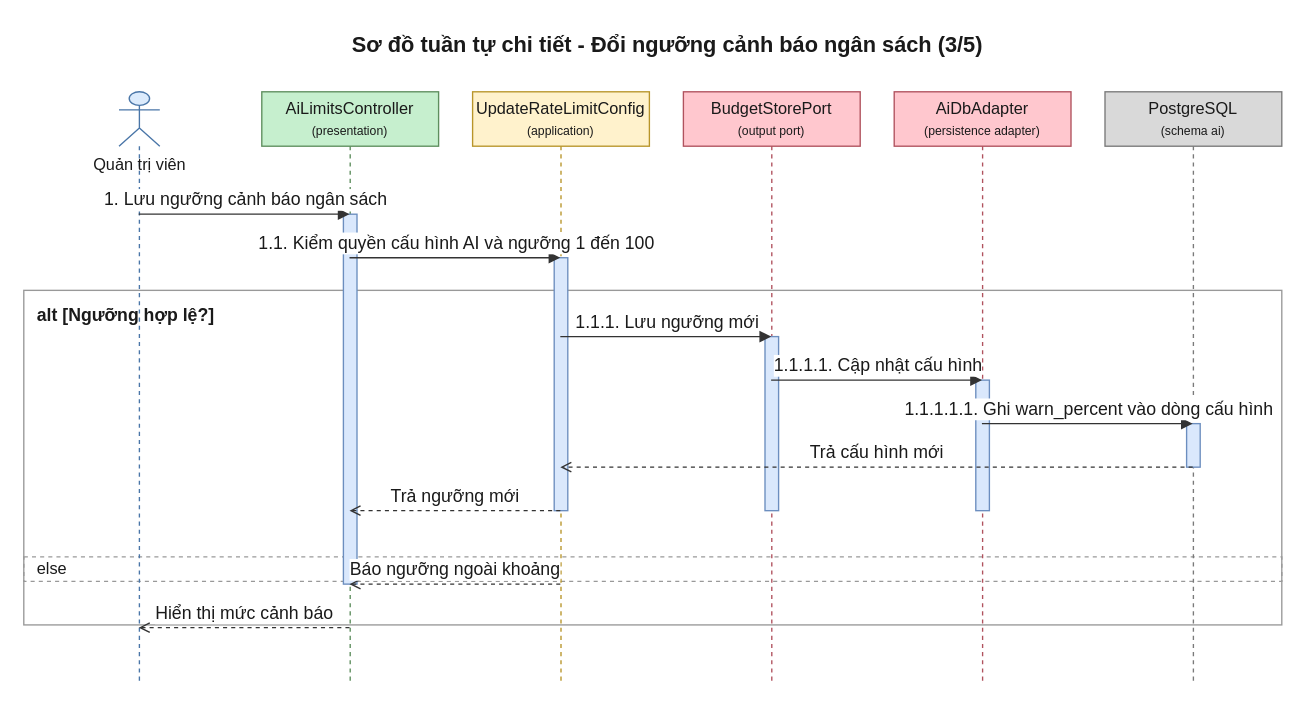
The draw.io diagram 08-diagram/sequence/admin/sequence_admin_dat_han_muc_va_gioi_han_ai_p3.drawio in daiphu1801/PRJ_ALGOPREP, before the edit. Source tidied: cells renumbered, new cells numbered last; positions are measured from the earlier drawing's top-left corner, leaving out a move shared by most shapes. Both pictures are drawn from the tidied source at 136%, with x=0, y=0 at pixel (23, 23).
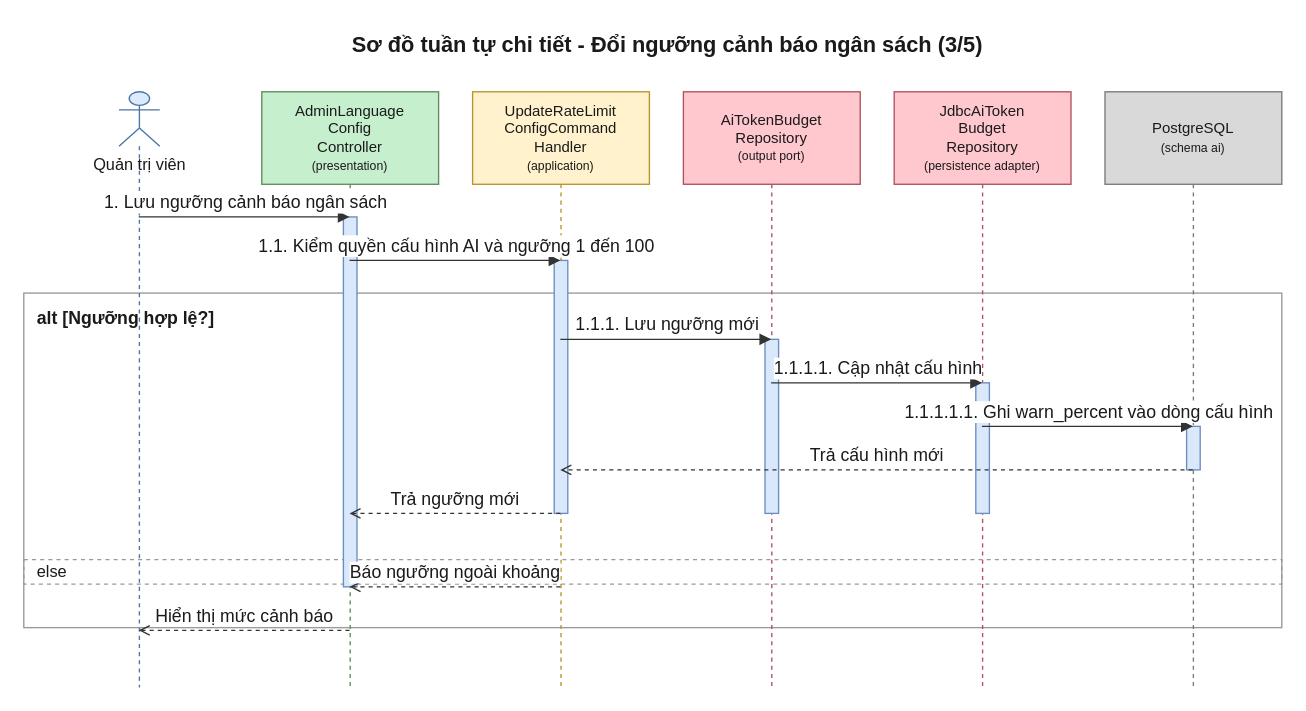
After the change.

Change to the diagram source:
```diff
@@
     <mxCell id="3" value="alt [Ngưỡng hợp lệ?]" style="algoprep=alt;rounded=0;whiteSpace=wrap;html=1;fillColor=none;strokeColor=#999999;verticalAlign=top;align=left;spacingLeft=8;spacingTop=4;fontColor=#1A1A1A;fontSize=13;fontStyle=1;dashed=0;" parent="1" vertex="1">
-      <mxGeometry y="196" width="925" height="246" as="geometry" />
+      <mxGeometry y="198" width="925" height="246" as="geometry" />
     </mxCell>
     <mxCell id="4" value="else" style="text;html=1;dashed=1;strokeColor=#999999;fillColor=none;align=left;verticalAlign=middle;spacingLeft=8;fontColor=#1A1A1A;fontSize=12;" parent="1" vertex="1">
-      <mxGeometry y="392" width="925" height="18" as="geometry" />
+      <mxGeometry y="394" width="925" height="18" as="geometry" />
     </mxCell>
     <mxCell id="5" value="Quản trị viên" style="shape=umlLifeline;participant=umlActor;perimeter=lifelinePerimeter;html=1;outlineConnect=0;size=40;verticalAlign=top;spacingTop=40;fillColor=#DCEBFC;strokeColor=#4A76A8;fontColor=#1A1A1A;" parent="1" vertex="1">
-      <mxGeometry x="70" y="50" width="30" height="436" as="geometry" />
+      <mxGeometry x="70" y="50" width="30" height="438" as="geometry" />
     </mxCell>
-    <mxCell id="6" value="AiLimitsController&lt;br&gt;&lt;font style=&quot;font-size:9px&quot;&gt;(presentation)&lt;/font&gt;" style="shape=umlLifeline;perimeter=lifelinePerimeter;whiteSpace=wrap;html=1;outlineConnect=0;size=40;fillColor=#C6EFCE;strokeColor=#5E8E5E;fontColor=#1A1A1A;" parent="1" vertex="1">
-      <mxGeometry x="175" y="50" width="130" height="436" as="geometry" />
+    <mxCell id="6" value="AdminLanguage&lt;br&gt;Config&lt;br&gt;Controller&lt;br&gt;&lt;font style=&quot;font-size:9px&quot;&gt;(presentation)&lt;/font&gt;" style="shape=umlLifeline;perimeter=lifelinePerimeter;whiteSpace=wrap;html=1;outlineConnect=0;size=68;fontSize=11;fillColor=#C6EFCE;strokeColor=#5E8E5E;fontColor=#1A1A1A;" parent="1" vertex="1">
+      <mxGeometry x="175" y="50" width="130" height="438" as="geometry" />
     </mxCell>
-    <mxCell id="7" value="UpdateRateLimitConfig&lt;br&gt;&lt;font style=&quot;font-size:9px&quot;&gt;(application)&lt;/font&gt;" style="shape=umlLifeline;perimeter=lifelinePerimeter;whiteSpace=wrap;html=1;outlineConnect=0;size=40;fillColor=#FFF2CC;strokeColor=#B8952A;fontColor=#1A1A1A;" parent="1" vertex="1">
-      <mxGeometry x="330" y="50" width="130" height="436" as="geometry" />
+    <mxCell id="7" value="UpdateRateLimit&lt;br&gt;ConfigCommand&lt;br&gt;Handler&lt;br&gt;&lt;font style=&quot;font-size:9px&quot;&gt;(application)&lt;/font&gt;" style="shape=umlLifeline;perimeter=lifelinePerimeter;whiteSpace=wrap;html=1;outlineConnect=0;size=68;fontSize=11;fillColor=#FFF2CC;strokeColor=#B8952A;fontColor=#1A1A1A;" parent="1" vertex="1">
+      <mxGeometry x="330" y="50" width="130" height="438" as="geometry" />
     </mxCell>
-    <mxCell id="8" value="BudgetStorePort&lt;br&gt;&lt;font style=&quot;font-size:9px&quot;&gt;(output port)&lt;/font&gt;" style="shape=umlLifeline;perimeter=lifelinePerimeter;whiteSpace=wrap;html=1;outlineConnect=0;size=40;fillColor=#FFC7CE;strokeColor=#B0525E;fontColor=#1A1A1A;" parent="1" vertex="1">
-      <mxGeometry x="485" y="50" width="130" height="436" as="geometry" />
+    <mxCell id="8" value="AiTokenBudget&lt;br&gt;Repository&lt;br&gt;&lt;font style=&quot;font-size:9px&quot;&gt;(output port)&lt;/font&gt;" style="shape=umlLifeline;perimeter=lifelinePerimeter;whiteSpace=wrap;html=1;outlineConnect=0;size=68;fontSize=11;fillColor=#FFC7CE;strokeColor=#B0525E;fontColor=#1A1A1A;" parent="1" vertex="1">
+      <mxGeometry x="485" y="50" width="130" height="438" as="geometry" />
     </mxCell>
-    <mxCell id="9" value="AiDbAdapter&lt;br&gt;&lt;font style=&quot;font-size:9px&quot;&gt;(persistence adapter)&lt;/font&gt;" style="shape=umlLifeline;perimeter=lifelinePerimeter;whiteSpace=wrap;html=1;outlineConnect=0;size=40;fillColor=#FFC7CE;strokeColor=#B0525E;fontColor=#1A1A1A;" parent="1" vertex="1">
-      <mxGeometry x="640" y="50" width="130" height="436" as="geometry" />
+    <mxCell id="9" value="JdbcAiToken&lt;br&gt;Budget&lt;br&gt;Repository&lt;br&gt;&lt;font style=&quot;font-size:9px&quot;&gt;(persistence adapter)&lt;/font&gt;" style="shape=umlLifeline;perimeter=lifelinePerimeter;whiteSpace=wrap;html=1;outlineConnect=0;size=68;fontSize=11;fillColor=#FFC7CE;strokeColor=#B0525E;fontColor=#1A1A1A;" parent="1" vertex="1">
+      <mxGeometry x="640" y="50" width="130" height="438" as="geometry" />
     </mxCell>
-    <mxCell id="10" value="PostgreSQL&lt;br&gt;&lt;font style=&quot;font-size:9px&quot;&gt;(schema ai)&lt;/font&gt;" style="shape=umlLifeline;perimeter=lifelinePerimeter;whiteSpace=wrap;html=1;outlineConnect=0;size=40;fillColor=#D9D9D9;strokeColor=#7A7A7A;fontColor=#1A1A1A;" parent="1" vertex="1">
-      <mxGeometry x="795" y="50" width="130" height="436" as="geometry" />
+    <mxCell id="10" value="PostgreSQL&lt;br&gt;&lt;font style=&quot;font-size:9px&quot;&gt;(schema ai)&lt;/font&gt;" style="shape=umlLifeline;perimeter=lifelinePerimeter;whiteSpace=wrap;html=1;outlineConnect=0;size=68;fontSize=11;fillColor=#D9D9D9;strokeColor=#7A7A7A;fontColor=#1A1A1A;" parent="1" vertex="1">
+      <mxGeometry x="795" y="50" width="130" height="438" as="geometry" />
     </mxCell>
     <mxCell id="11" style="html=1;perimeter=orthogonalPerimeter;targetShapes=umlLifeline;fillColor=#DAE8FC;strokeColor=#6C8EBF;" parent="10" vertex="1">
-      <mxGeometry x="60" y="244" width="10" height="32" as="geometry" />
+      <mxGeometry x="60" y="246" width="10" height="32" as="geometry" />
     </mxCell>
     <mxCell id="12" style="html=1;perimeter=orthogonalPerimeter;targetShapes=umlLifeline;fillColor=#DAE8FC;strokeColor=#6C8EBF;" parent="9" vertex="1">
-      <mxGeometry x="60" y="212" width="10" height="96" as="geometry" />
+      <mxGeometry x="60" y="214" width="10" height="96" as="geometry" />
     </mxCell>
     <mxCell id="13" style="html=1;perimeter=orthogonalPerimeter;targetShapes=umlLifeline;fillColor=#DAE8FC;strokeColor=#6C8EBF;" parent="8" vertex="1">
-      <mxGeometry x="60" y="180" width="10" height="128" as="geometry" />
+      <mxGeometry x="60" y="182" width="10" height="128" as="geometry" />
     </mxCell>
     <mxCell id="14" style="html=1;perimeter=orthogonalPerimeter;targetShapes=umlLifeline;fillColor=#DAE8FC;strokeColor=#6C8EBF;" parent="7" vertex="1">
-      <mxGeometry x="60" y="122" width="10" height="186" as="geometry" />
+      <mxGeometry x="60" y="124" width="10" height="186" as="geometry" />
     </mxCell>
     <mxCell id="15" style="html=1;perimeter=orthogonalPerimeter;targetShapes=umlLifeline;fillColor=#DAE8FC;strokeColor=#6C8EBF;" parent="6" vertex="1">
-      <mxGeometry x="60" y="90" width="10" height="272" as="geometry" />
+      <mxGeometry x="60" y="92" width="10" height="272" as="geometry" />
     </mxCell>
-    <mxCell id="16" value="1. Lưu ngưỡng cảnh báo ngân sách" style="edgeStyle=none;html=1;endArrow=block;endFill=1;strokeColor=#333333;fontColor=#1A1A1A;fontSize=13;verticalAlign=bottom;exitX=0.5;exitY=0.2064;exitDx=0;exitDy=0;entryX=0.5;entryY=0.2064;entryDx=0;entryDy=0;" parent="1" edge="1" source="5" target="6">
+    <mxCell id="16" value="1. Lưu ngưỡng cảnh báo ngân sách" style="edgeStyle=none;html=1;endArrow=block;endFill=1;strokeColor=#333333;fontColor=#1A1A1A;fontSize=13;verticalAlign=bottom;exitX=0.5;exitY=0.2100;exitDx=0;exitDy=0;entryX=0.5;entryY=0.2100;entryDx=0;entryDy=0;" parent="1" edge="1" source="5" target="6">
       <mxGeometry relative="1" as="geometry" />
     </mxCell>
-    <mxCell id="17" value="1.1. Kiểm quyền cấu hình AI và ngưỡng 1 đến 100" style="edgeStyle=none;html=1;endArrow=block;endFill=1;strokeColor=#333333;fontColor=#1A1A1A;fontSize=13;verticalAlign=bottom;exitX=0.5;exitY=0.2798;exitDx=0;exitDy=0;entryX=0.5;entryY=0.2798;entryDx=0;entryDy=0;" parent="1" edge="1" source="6" target="7">
+    <mxCell id="17" value="1.1. Kiểm quyền cấu hình AI và ngưỡng 1 đến 100" style="edgeStyle=none;html=1;endArrow=block;endFill=1;strokeColor=#333333;fontColor=#1A1A1A;fontSize=13;verticalAlign=bottom;exitX=0.5;exitY=0.2831;exitDx=0;exitDy=0;entryX=0.5;entryY=0.2831;entryDx=0;entryDy=0;" parent="1" edge="1" source="6" target="7">
       <mxGeometry relative="1" as="geometry" />
     </mxCell>
-    <mxCell id="18" value="1.1.1. Lưu ngưỡng mới" style="edgeStyle=none;html=1;endArrow=block;endFill=1;strokeColor=#333333;fontColor=#1A1A1A;fontSize=13;verticalAlign=bottom;exitX=0.5;exitY=0.4128;exitDx=0;exitDy=0;entryX=0.5;entryY=0.4128;entryDx=0;entryDy=0;" parent="1" edge="1" source="7" target="8">
+    <mxCell id="18" value="1.1.1. Lưu ngưỡng mới" style="edgeStyle=none;html=1;endArrow=block;endFill=1;strokeColor=#333333;fontColor=#1A1A1A;fontSize=13;verticalAlign=bottom;exitX=0.5;exitY=0.4155;exitDx=0;exitDy=0;entryX=0.5;entryY=0.4155;entryDx=0;entryDy=0;" parent="1" edge="1" source="7" target="8">
       <mxGeometry relative="1" as="geometry" />
     </mxCell>
-    <mxCell id="19" value="1.1.1.1. Cập nhật cấu hình" style="edgeStyle=none;html=1;endArrow=block;endFill=1;strokeColor=#333333;fontColor=#1A1A1A;fontSize=13;verticalAlign=bottom;exitX=0.5;exitY=0.4862;exitDx=0;exitDy=0;entryX=0.5;entryY=0.4862;entryDx=0;entryDy=0;" parent="1" edge="1" source="8" target="9">
+    <mxCell id="19" value="1.1.1.1. Cập nhật cấu hình" style="edgeStyle=none;html=1;endArrow=block;endFill=1;strokeColor=#333333;fontColor=#1A1A1A;fontSize=13;verticalAlign=bottom;exitX=0.5;exitY=0.4886;exitDx=0;exitDy=0;entryX=0.5;entryY=0.4886;entryDx=0;entryDy=0;" parent="1" edge="1" source="8" target="9">
       <mxGeometry relative="1" as="geometry" />
     </mxCell>
-    <mxCell id="20" value="1.1.1.1.1. Ghi warn_percent vào dòng cấu hình" style="edgeStyle=none;html=1;endArrow=block;endFill=1;strokeColor=#333333;fontColor=#1A1A1A;fontSize=13;verticalAlign=bottom;exitX=0.5;exitY=0.5596;exitDx=0;exitDy=0;entryX=0.5;entryY=0.5596;entryDx=0;entryDy=0;" parent="1" edge="1" source="9" target="10">
+    <mxCell id="20" value="1.1.1.1.1. Ghi warn_percent vào dòng cấu hình" style="edgeStyle=none;html=1;endArrow=block;endFill=1;strokeColor=#333333;fontColor=#1A1A1A;fontSize=13;verticalAlign=bottom;exitX=0.5;exitY=0.5616;exitDx=0;exitDy=0;entryX=0.5;entryY=0.5616;entryDx=0;entryDy=0;" parent="1" edge="1" source="9" target="10">
       <mxGeometry relative="1" as="geometry" />
     </mxCell>
-    <mxCell id="21" value="Trả cấu hình mới" style="edgeStyle=none;html=1;endArrow=open;endFill=0;dashed=1;strokeColor=#333333;fontColor=#1A1A1A;fontSize=13;verticalAlign=bottom;exitX=0.5;exitY=0.6330;exitDx=0;exitDy=0;entryX=0.5;entryY=0.6330;entryDx=0;entryDy=0;" parent="1" edge="1" source="10" target="7">
+    <mxCell id="21" value="Trả cấu hình mới" style="edgeStyle=none;html=1;endArrow=open;endFill=0;dashed=1;strokeColor=#333333;fontColor=#1A1A1A;fontSize=13;verticalAlign=bottom;exitX=0.5;exitY=0.6347;exitDx=0;exitDy=0;entryX=0.5;entryY=0.6347;entryDx=0;entryDy=0;" parent="1" edge="1" source="10" target="7">
       <mxGeometry relative="1" as="geometry" />
     </mxCell>
-    <mxCell id="22" value="Trả ngưỡng mới" style="edgeStyle=none;html=1;endArrow=open;endFill=0;dashed=1;strokeColor=#333333;fontColor=#1A1A1A;fontSize=13;verticalAlign=bottom;exitX=0.5;exitY=0.7064;exitDx=0;exitDy=0;entryX=0.5;entryY=0.7064;entryDx=0;entryDy=0;" parent="1" edge="1" source="7" target="6">
+    <mxCell id="22" value="Trả ngưỡng mới" style="edgeStyle=none;html=1;endArrow=open;endFill=0;dashed=1;strokeColor=#333333;fontColor=#1A1A1A;fontSize=13;verticalAlign=bottom;exitX=0.5;exitY=0.7078;exitDx=0;exitDy=0;entryX=0.5;entryY=0.7078;entryDx=0;entryDy=0;" parent="1" edge="1" source="7" target="6">
       <mxGeometry relative="1" as="geometry" />
     </mxCell>
-    <mxCell id="23" value="Báo ngưỡng ngoài khoảng" style="edgeStyle=none;html=1;endArrow=open;endFill=0;dashed=1;strokeColor=#333333;fontColor=#1A1A1A;fontSize=13;verticalAlign=bottom;exitX=0.5;exitY=0.8303;exitDx=0;exitDy=0;entryX=0.5;entryY=0.8303;entryDx=0;entryDy=0;" parent="1" edge="1" source="7" target="6">
+    <mxCell id="23" value="Báo ngưỡng ngoài khoảng" style="edgeStyle=none;html=1;endArrow=open;endFill=0;dashed=1;strokeColor=#333333;fontColor=#1A1A1A;fontSize=13;verticalAlign=bottom;exitX=0.5;exitY=0.8311;exitDx=0;exitDy=0;entryX=0.5;entryY=0.8311;entryDx=0;entryDy=0;" parent="1" edge="1" source="7" target="6">
       <mxGeometry relative="1" as="geometry" />
     </mxCell>
-    <mxCell id="24" value="Hiển thị mức cảnh báo" style="edgeStyle=none;html=1;endArrow=open;endFill=0;dashed=1;strokeColor=#333333;fontColor=#1A1A1A;fontSize=13;verticalAlign=bottom;exitX=0.5;exitY=0.9037;exitDx=0;exitDy=0;entryX=0.5;entryY=0.9037;entryDx=0;entryDy=0;" parent="1" edge="1" source="6" target="5">
+    <mxCell id="24" value="Hiển thị mức cảnh báo" style="edgeStyle=none;html=1;endArrow=open;endFill=0;dashed=1;strokeColor=#333333;fontColor=#1A1A1A;fontSize=13;verticalAlign=bottom;exitX=0.5;exitY=0.9041;exitDx=0;exitDy=0;entryX=0.5;entryY=0.9041;entryDx=0;entryDy=0;" parent="1" edge="1" source="6" target="5">
       <mxGeometry relative="1" as="geometry" />
     </mxCell>
```
